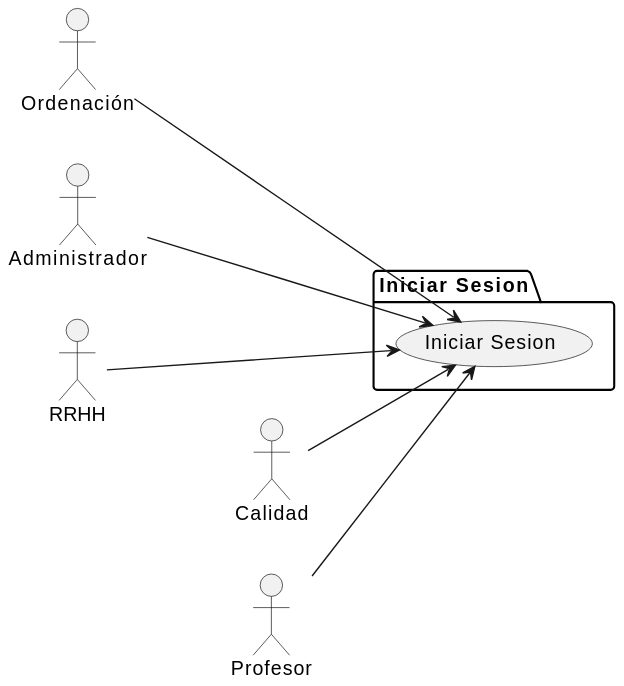
Before: images/modelosUML/CdU/Individuales/IniciarSesion.svg, a diagram exported from PlantUML (mmasias/24-25-IdSw1-SDR).
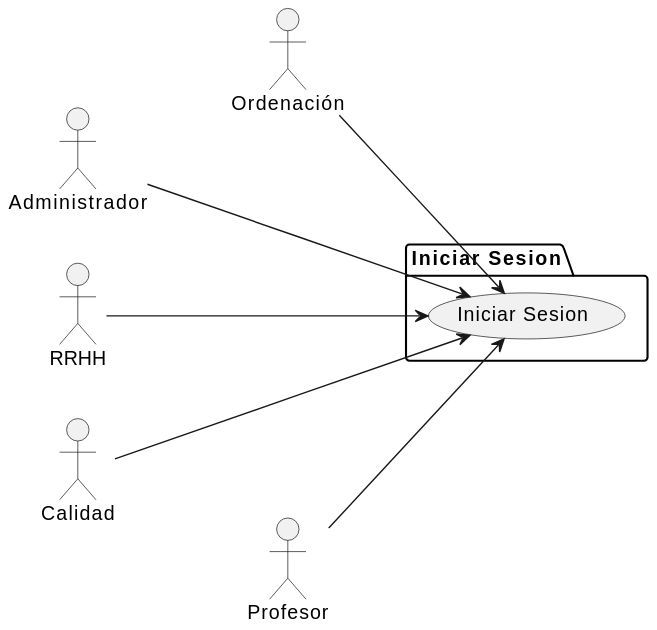
Later version of the same file.

Commit message:
eliminación del archivo IniciarSesion.puml y corrección de flechas en el diagrama de casos de uso

What changed in the source:
```diff
@@ -11,9 +11,9 @@
     usecase "Iniciar Sesion" as inicioSesion
 }
 
-ord ---> inicioSesion
+ord --> inicioSesion
 admin ---> inicioSesion
 RRHH ---> inicioSesion
-calidad --> inicioSesion
+calidad ---> inicioSesion
 profesor --> inicioSesion
 @enduml
```
